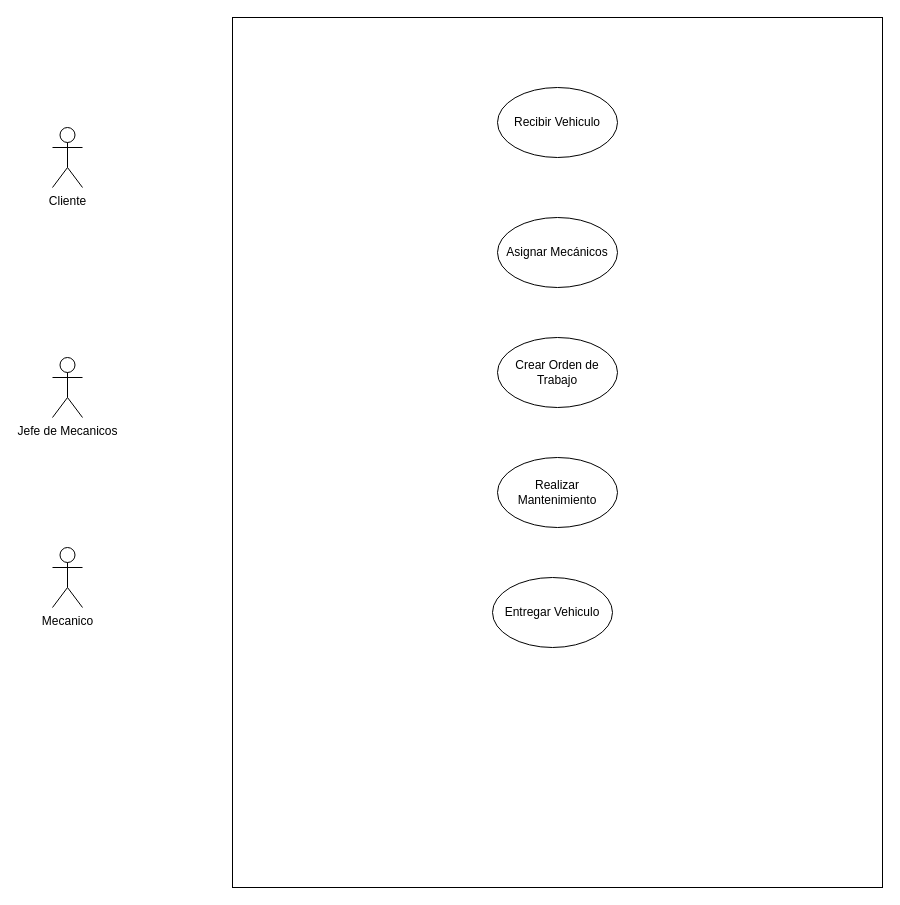
Above: page "Casos" (1 of 2) of Diagrama sin título.drawio in KeiKurono96/Experiencias3 (draw.io), before the change. Source tidied: cells renumbered, new cells numbered last; positions are measured from the earlier drawing's top-left corner, leaving out a move shared by most shapes. Both pictures are drawn from the tidied source at 100%, with x=0, y=0 at pixel (52, 17).
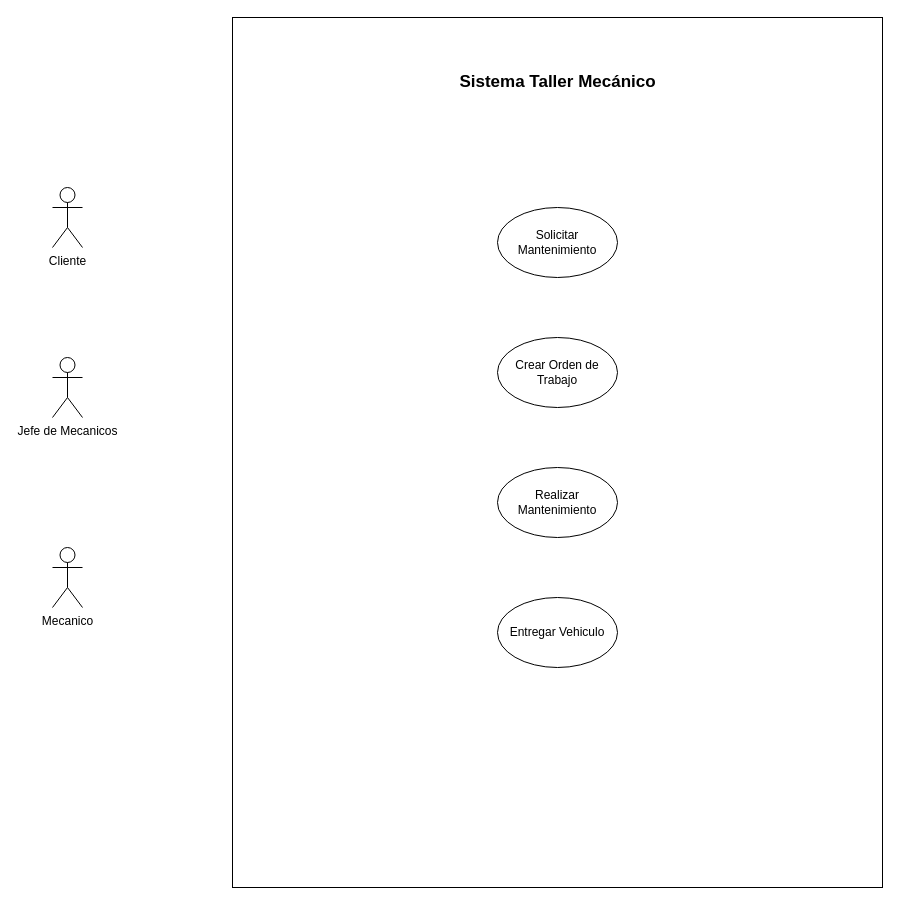
The same diagram, later.

Diff of the diagram source:
```diff
@@
 <mxGraphModel>
   <root>
     <mxCell id="0" />
     <mxCell id="1" parent="0" />
     <mxCell id="2" style="rounded=0;whiteSpace=wrap;html=1;" parent="1" vertex="1">
       <mxGeometry x="180" width="650" height="870" as="geometry" />
     </mxCell>
     <mxCell id="3" value="Cliente" style="shape=umlActor;verticalLabelPosition=bottom;verticalAlign=top;html=1;" parent="1" vertex="1">
-      <mxGeometry y="110" width="30" height="60" as="geometry" />
+      <mxGeometry y="170" width="30" height="60" as="geometry" />
     </mxCell>
     <mxCell id="4" value="Jefe de Mecanicos" style="shape=umlActor;verticalLabelPosition=bottom;verticalAlign=top;html=1;" parent="1" vertex="1">
       <mxGeometry y="340" width="30" height="60" as="geometry" />
     </mxCell>
     <mxCell id="5" value="Mecanico" style="shape=umlActor;verticalLabelPosition=bottom;verticalAlign=top;html=1;" parent="1" vertex="1">
       <mxGeometry y="530" width="30" height="60" as="geometry" />
     </mxCell>
-    <mxCell id="6" value="Asignar Mecánicos" style="ellipse;whiteSpace=wrap;html=1;" parent="1" vertex="1">
-      <mxGeometry x="445" y="200" width="120" height="70" as="geometry" />
-    </mxCell>
     <mxCell id="7" value="Crear Orden de Trabajo" style="ellipse;whiteSpace=wrap;html=1;" parent="1" vertex="1">
       <mxGeometry x="445" y="320" width="120" height="70" as="geometry" />
     </mxCell>
     <mxCell id="8" value="Realizar Mantenimiento" style="ellipse;whiteSpace=wrap;html=1;" parent="1" vertex="1">
-      <mxGeometry x="445" y="440" width="120" height="70" as="geometry" />
+      <mxGeometry x="445" y="450" width="120" height="70" as="geometry" />
     </mxCell>
-    <mxCell id="9" value="Recibir Vehiculo" style="ellipse;whiteSpace=wrap;html=1;" parent="1" vertex="1">
-      <mxGeometry x="445" y="70" width="120" height="70" as="geometry" />
+    <mxCell id="9" value="Solicitar Mantenimiento" style="ellipse;whiteSpace=wrap;html=1;" parent="1" vertex="1">
+      <mxGeometry x="445" y="190" width="120" height="70" as="geometry" />
     </mxCell>
     <mxCell id="10" value="Entregar Vehiculo" style="ellipse;whiteSpace=wrap;html=1;" parent="1" vertex="1">
-      <mxGeometry x="440" y="560" width="120" height="70" as="geometry" />
+      <mxGeometry x="445" y="580" width="120" height="70" as="geometry" />
     </mxCell>
+    <mxCell id="11" value="Sistema Taller Mecánico" style="text;html=1;align=center;verticalAlign=middle;strokeColor=none;fillColor=none;fontSize=17;fontStyle=1;" parent="1" vertex="1">
+      <mxGeometry x="395" y="50" width="220" height="30" as="geometry" />
+    </mxCell>
   </root>
 </mxGraphModel>
```
